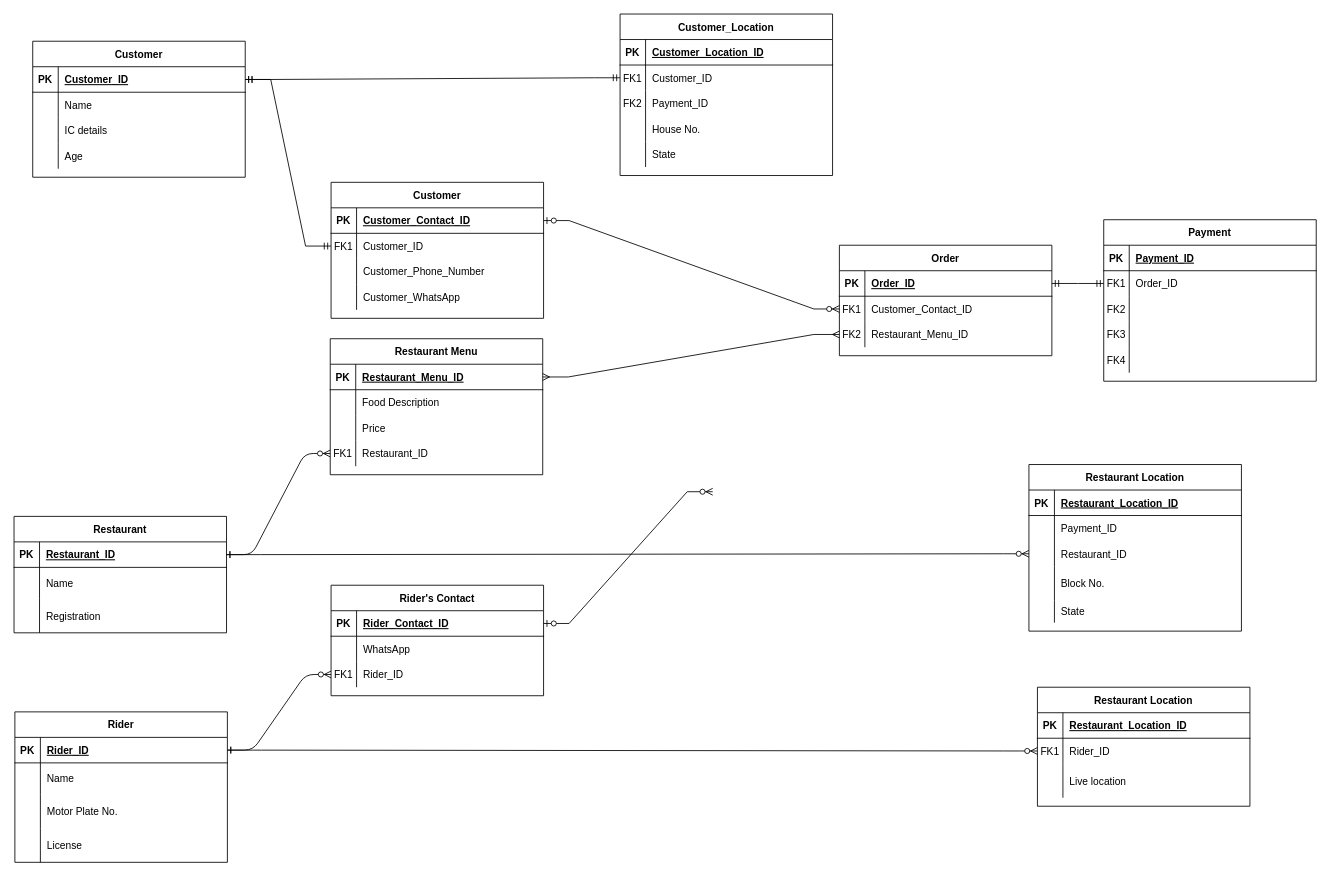
The draw.io diagram KuchingERD.drawio in AmirAini/BackEndDay1, before the edit. Source tidied: cells renumbered, new cells numbered last; positions are measured from the earlier drawing's top-left corner, leaving out a move shared by most shapes. Both pictures are drawn from the tidied source at 85%, with x=0, y=0 at pixel (14, 14).
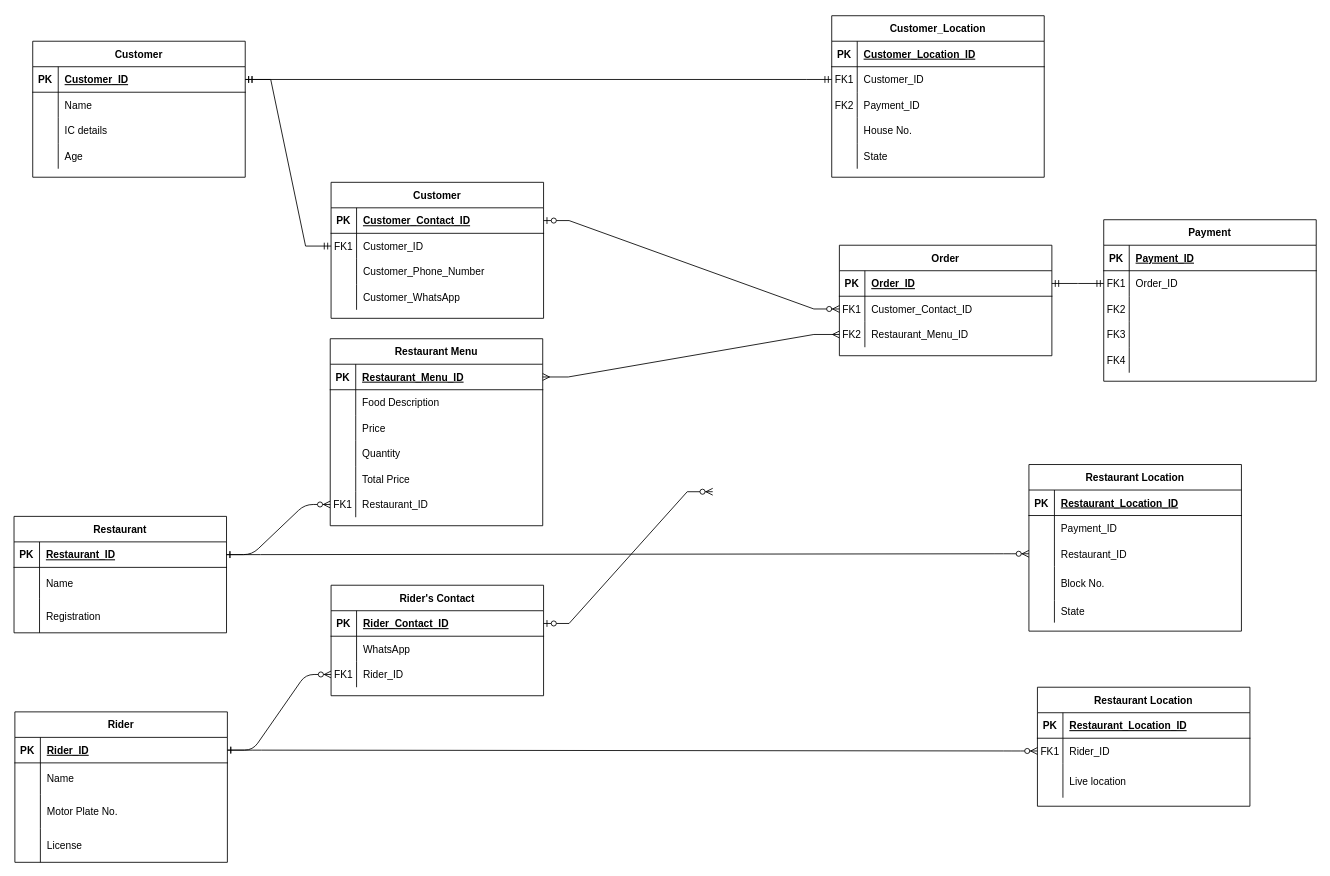
The same diagram, later.

What changed in the source:
```diff
@@
     <mxCell id="15" value="Customer_Location" style="shape=table;startSize=30;childLayout=tableLayout;rowLines=0;fontStyle=1;align=center;" parent="1" vertex="1">
-      <mxGeometry x="713" width="250" height="190" as="geometry" />
+      <mxGeometry x="962" y="2" width="250" height="190" as="geometry" />
     </mxCell>
@@
     <mxCell id="84" value="Restaurant Menu" style="shape=table;startSize=30;childLayout=tableLayout;rowLines=0;fontStyle=1;align=center;" parent="1" vertex="1">
-      <mxGeometry x="372" y="382" width="250" height="160" as="geometry" />
+      <mxGeometry x="372" y="382" width="250" height="220" as="geometry" />
     </mxCell>
@@
+    <mxCell id="152" style="shape=partialRectangle;fillColor=none;top=0;left=0;right=0;bottom=0;" parent="84" vertex="1">
+      <mxGeometry y="120" width="250" height="30" as="geometry" />
+    </mxCell>
+    <mxCell id="153" style="shape=partialRectangle;overflow=hidden;fillColor=none;top=0;left=0;bottom=0;right=0;" parent="152" vertex="1">
+      <mxGeometry width="30" height="30" as="geometry" />
+    </mxCell>
+    <mxCell id="154" value="Quantity " style="shape=partialRectangle;overflow=hidden;fillColor=none;top=0;left=0;bottom=0;right=0;align=left;spacingLeft=6;" parent="152" vertex="1">
+      <mxGeometry x="30" width="220" height="30" as="geometry" />
+    </mxCell>
+    <mxCell id="155" style="shape=partialRectangle;fillColor=none;top=0;left=0;right=0;bottom=0;" parent="84" vertex="1">
+      <mxGeometry y="150" width="250" height="30" as="geometry" />
+    </mxCell>
+    <mxCell id="156" style="shape=partialRectangle;overflow=hidden;fillColor=none;top=0;left=0;bottom=0;right=0;" parent="155" vertex="1">
+      <mxGeometry width="30" height="30" as="geometry" />
+    </mxCell>
+    <mxCell id="157" value="Total Price" style="shape=partialRectangle;overflow=hidden;fillColor=none;top=0;left=0;bottom=0;right=0;align=left;spacingLeft=6;" parent="155" vertex="1">
+      <mxGeometry x="30" width="220" height="30" as="geometry" />
+    </mxCell>
     <mxCell id="94" style="shape=partialRectangle;fillColor=none;points=[[0,0.5],[1,0.5]];portConstraint=eastwest;top=0;left=0;right=0;bottom=0;" parent="84" vertex="1">
-      <mxGeometry y="120" width="250" height="30" as="geometry" />
+      <mxGeometry y="180" width="250" height="30" as="geometry" />
     </mxCell>
```
